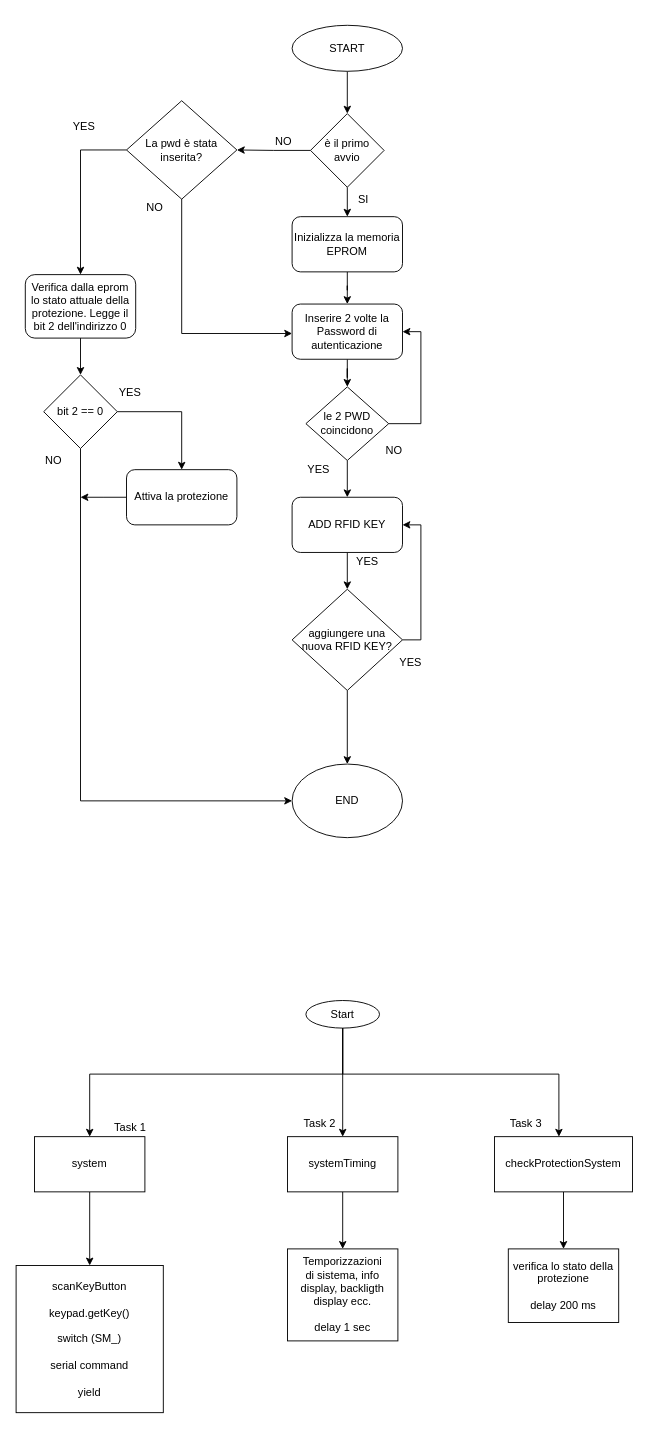
antovar70/CiabattaDomotica keeps this draw.io diagram as ANTIFURTO_MAIN.drawio. Above is the earlier version. Source tidied: cells renumbered, new cells numbered last; positions are measured from the earlier drawing's top-left corner, leaving out a move shared by most shapes. Both pictures are drawn from the tidied source at 92%, with x=0, y=0 at pixel (16, 25).
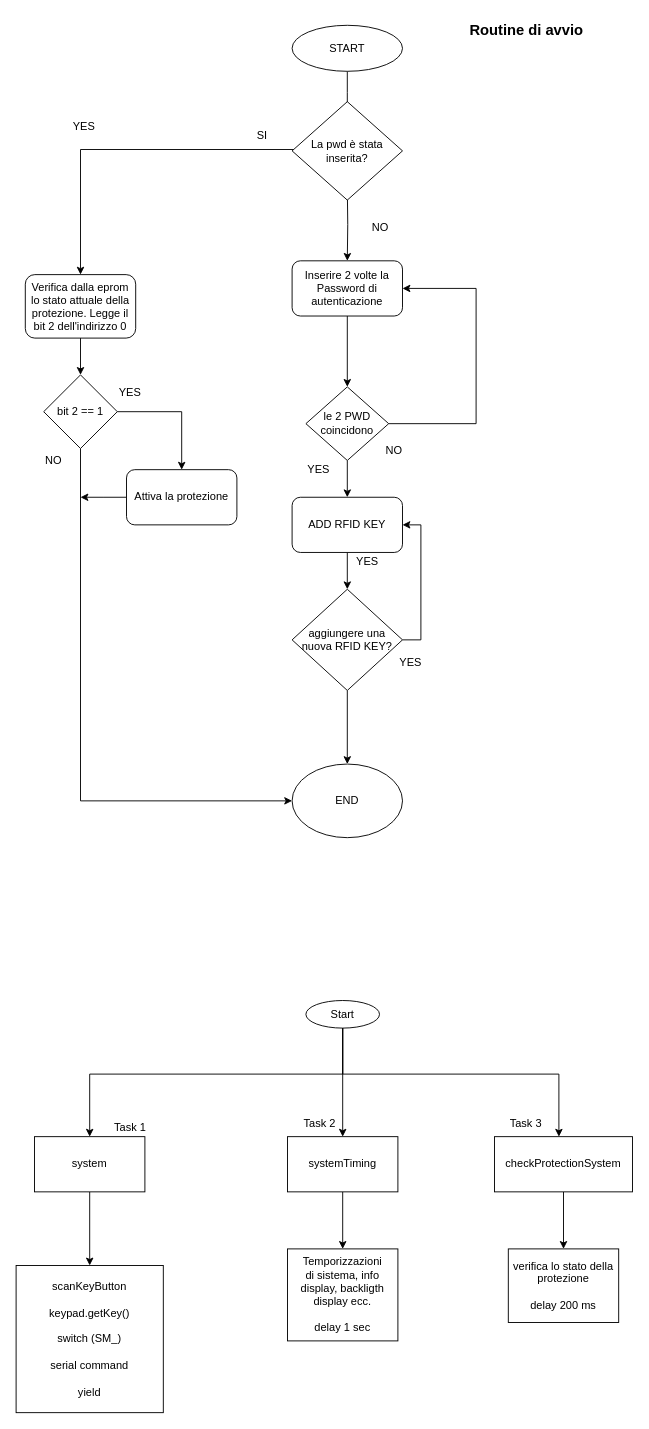
The same page after the edit.

Unchanged cells that the change refers to:
```xml
<mxCell id="3" value="START" style="ellipse;whiteSpace=wrap;html=1;" parent="1" vertex="1">
  <mxGeometry x="300" width="120" height="50" as="geometry" />
</mxCell>
<mxCell id="14" value="ADD RFID KEY" style="rounded=1;whiteSpace=wrap;html=1;" parent="1" vertex="1">
  <mxGeometry x="300" y="513" width="120" height="60" as="geometry" />
</mxCell>
<mxCell id="30" value="le 2 PWD coincidono" style="rhombus;whiteSpace=wrap;html=1;" parent="1" vertex="1">
  <mxGeometry x="315" y="393" width="90" height="80" as="geometry" />
</mxCell>
```

Diff of the diagram source:
```diff
@@
-    <mxCell id="2" style="edgeStyle=orthogonalEdgeStyle;rounded=0;jettySize=auto;html=1;entryX=0.5;entryY=0;entryDx=0;entryDy=0;" parent="1" edge="1" source="3" target="6">
-      <mxGeometry relative="1" as="geometry" />
+    <mxCell id="2" style="edgeStyle=orthogonalEdgeStyle;rounded=0;jettySize=auto;html=1;entryX=0.5;entryY=0;entryDx=0;entryDy=0;" parent="1" edge="1" source="3">
+      <mxGeometry relative="1" as="geometry">
+        <mxPoint x="360" y="96" as="targetPoint" />
+      </mxGeometry>
     </mxCell>
@@
-    <mxCell id="4" style="edgeStyle=orthogonalEdgeStyle;rounded=0;jettySize=auto;html=1;exitX=0.5;exitY=1;exitDx=0;exitDy=0;entryX=0.5;entryY=0;entryDx=0;entryDy=0;" parent="1" edge="1" source="6" target="25">
-      <mxGeometry relative="1" as="geometry" />
+    <mxCell id="4" style="edgeStyle=orthogonalEdgeStyle;rounded=0;jettySize=auto;html=1;exitX=0.5;exitY=1;exitDx=0;exitDy=0;entryX=0.5;entryY=0;entryDx=0;entryDy=0;" parent="1" edge="1" target="27">
+      <mxGeometry relative="1" as="geometry">
+        <mxPoint x="360" y="176" as="sourcePoint" />
+      </mxGeometry>
     </mxCell>
-    <mxCell id="5" style="edgeStyle=orthogonalEdgeStyle;rounded=0;jettySize=auto;html=1;" parent="1" edge="1" source="6" target="9">
-      <mxGeometry relative="1" as="geometry" />
-    </mxCell>
-    <mxCell id="6" value="è il primo avvio" style="rhombus;whiteSpace=wrap;html=1;" parent="1" vertex="1">
-      <mxGeometry x="320" y="96" width="80" height="80" as="geometry" />
-    </mxCell>
-    <mxCell id="7" style="edgeStyle=orthogonalEdgeStyle;rounded=0;orthogonalLoop=1;jettySize=auto;html=1;entryX=0;entryY=0.633;entryDx=0;entryDy=0;entryPerimeter=0;" parent="1" edge="1">
-      <mxGeometry relative="1" as="geometry">
-        <mxPoint x="180" y="187" as="sourcePoint" />
-        <mxPoint x="300" y="335" as="targetPoint" />
-        <Array as="points">
-          <mxPoint x="180" y="335" />
-        </Array>
-      </mxGeometry>
-    </mxCell>
@@
     <mxCell id="9" value="La pwd è stata inserita?" style="rhombus;whiteSpace=wrap;html=1;" parent="1" vertex="1">
-      <mxGeometry x="120" y="82" width="120" height="107" as="geometry" />
+      <mxGeometry x="300" y="83" width="120" height="107" as="geometry" />
     </mxCell>
-    <mxCell id="10" value="NO" style="text;html=1;align=left;verticalAlign=top;spacingTop=-4;" parent="1" vertex="1">
-      <mxGeometry x="280" y="117" width="30" height="20" as="geometry" />
-    </mxCell>
     <mxCell id="11" value="SI" style="text;html=1;align=left;verticalAlign=top;spacingTop=-4;" parent="1" vertex="1">
-      <mxGeometry x="370" y="180" width="30" height="20" as="geometry" />
+      <mxGeometry x="260" y="110" width="30" height="20" as="geometry" />
     </mxCell>
     <mxCell id="12" value="NO" style="text;html=1;align=left;verticalAlign=top;spacingTop=-4;" parent="1" vertex="1">
-      <mxGeometry x="140" y="188" width="30" height="20" as="geometry" />
+      <mxGeometry x="385" y="210" width="30" height="20" as="geometry" />
     </mxCell>
@@
-    <mxCell id="24" style="edgeStyle=orthogonalEdgeStyle;rounded=0;jettySize=auto;html=1;" parent="1" edge="1" source="25" target="27">
-      <mxGeometry relative="1" as="geometry" />
-    </mxCell>
-    <mxCell id="25" value="Inizializza la memoria EPROM " style="rounded=1;whiteSpace=wrap;html=1;" parent="1" vertex="1">
-      <mxGeometry x="300" y="208" width="120" height="60" as="geometry" />
-    </mxCell>
@@
     <mxCell id="27" value="Inserire 2 volte la Password di autenticazione" style="rounded=1;whiteSpace=wrap;html=1;" parent="1" vertex="1">
-      <mxGeometry x="300" y="303" width="120" height="60" as="geometry" />
+      <mxGeometry x="300" y="256" width="120" height="60" as="geometry" />
     </mxCell>
+    <mxCell id="29" style="edgeStyle=orthogonalEdgeStyle;rounded=0;jettySize=auto;html=1;entryX=0.5;entryY=0;entryDx=0;entryDy=0;" parent="1" edge="1" source="30" target="14">
+      <mxGeometry relative="1" as="geometry" />
+    </mxCell>
-    <mxCell id="28" style="edgeStyle=orthogonalEdgeStyle;rounded=0;jettySize=auto;html=1;entryX=1;entryY=0.5;entryDx=0;entryDy=0;" parent="1" edge="1" source="30" target="27">
+    <mxCell id="28" style="edgeStyle=orthogonalEdgeStyle;rounded=0;jettySize=auto;html=1;exitX=1;exitY=0.5;exitDx=0;exitDy=0;entryX=1;entryY=0.5;entryDx=0;entryDy=0;" parent="1" edge="1" source="30" target="27">
       <mxGeometry relative="1" as="geometry">
         <Array as="points">
-          <mxPoint x="440" y="433" />
-          <mxPoint x="440" y="333" />
+          <mxPoint x="500" y="433" />
+          <mxPoint x="500" y="286" />
         </Array>
       </mxGeometry>
     </mxCell>
-    <mxCell id="29" style="edgeStyle=orthogonalEdgeStyle;rounded=0;jettySize=auto;html=1;entryX=0.5;entryY=0;entryDx=0;entryDy=0;" parent="1" edge="1" source="30" target="14">
-      <mxGeometry relative="1" as="geometry" />
-    </mxCell>
@@
-    <mxCell id="40" value="bit 2 == 0" style="rhombus;whiteSpace=wrap;html=1;" parent="1" vertex="1">
+    <mxCell id="40" value="bit 2 == 1" style="rhombus;whiteSpace=wrap;html=1;" parent="1" vertex="1">
       <mxGeometry x="30" y="380" width="80" height="80" as="geometry" />
     </mxCell>
@@
+    <mxCell id="57" value="&lt;font style=&quot;font-size: 16px&quot;&gt;&lt;b&gt;Routine di avvio&lt;/b&gt;&lt;/font&gt;" style="text;html=1;strokeColor=none;fillColor=none;align=center;verticalAlign=middle;whiteSpace=wrap;rounded=0;strokeWidth=4;" parent="1" vertex="1">
+      <mxGeometry x="470" y="-10" width="170" height="30" as="geometry" />
+    </mxCell>
```
